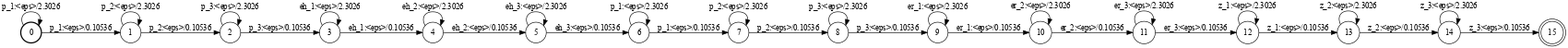
Above: tmp.png in jooeun9199/INFR11033 (Graphviz), before the change. Its source is kept beside it as tmp.dot.
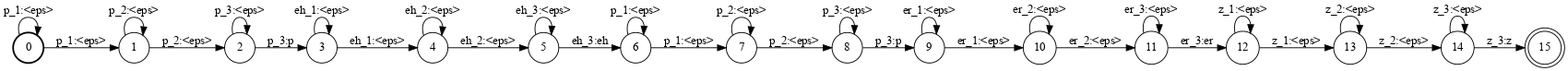
The same file after the commit.

What changed in the source:
```diff
@@ -6,49 +6,49 @@
 ranksep = "0.4";
 nodesep = "0.25";
 0 [label = "0", shape = circle, style = bold, fontsize = 14]
-	0 -> 0 [label = "p_1:<eps>/2.3026", fontsize = 14];
-	0 -> 1 [label = "p_1:<eps>/0.10536", fontsize = 14];
+	0 -> 0 [label = "p_1:<eps>", fontsize = 14];
+	0 -> 1 [label = "p_1:<eps>", fontsize = 14];
 1 [label = "1", shape = circle, style = solid, fontsize = 14]
-	1 -> 1 [label = "p_2:<eps>/2.3026", fontsize = 14];
-	1 -> 2 [label = "p_2:<eps>/0.10536", fontsize = 14];
+	1 -> 1 [label = "p_2:<eps>", fontsize = 14];
+	1 -> 2 [label = "p_2:<eps>", fontsize = 14];
 2 [label = "2", shape = circle, style = solid, fontsize = 14]
-	2 -> 2 [label = "p_3:<eps>/2.3026", fontsize = 14];
-	2 -> 3 [label = "p_3:<eps>/0.10536", fontsize = 14];
+	2 -> 2 [label = "p_3:<eps>", fontsize = 14];
+	2 -> 3 [label = "p_3:p", fontsize = 14];
 3 [label = "3", shape = circle, style = solid, fontsize = 14]
-	3 -> 3 [label = "eh_1:<eps>/2.3026", fontsize = 14];
-	3 -> 4 [label = "eh_1:<eps>/0.10536", fontsize = 14];
+	3 -> 3 [label = "eh_1:<eps>", fontsize = 14];
+	3 -> 4 [label = "eh_1:<eps>", fontsize = 14];
 4 [label = "4", shape = circle, style = solid, fontsize = 14]
-	4 -> 4 [label = "eh_2:<eps>/2.3026", fontsize = 14];
-	4 -> 5 [label = "eh_2:<eps>/0.10536", fontsize = 14];
+	4 -> 4 [label = "eh_2:<eps>", fontsize = 14];
+	4 -> 5 [label = "eh_2:<eps>", fontsize = 14];
 5 [label = "5", shape = circle, style = solid, fontsize = 14]
-	5 -> 5 [label = "eh_3:<eps>/2.3026", fontsize = 14];
-	5 -> 6 [label = "eh_3:<eps>/0.10536", fontsize = 14];
+	5 -> 5 [label = "eh_3:<eps>", fontsize = 14];
+	5 -> 6 [label = "eh_3:eh", fontsize = 14];
 6 [label = "6", shape = circle, style = solid, fontsize = 14]
-	6 -> 6 [label = "p_1:<eps>/2.3026", fontsize = 14];
-	6 -> 7 [label = "p_1:<eps>/0.10536", fontsize = 14];
+	6 -> 6 [label = "p_1:<eps>", fontsize = 14];
+	6 -> 7 [label = "p_1:<eps>", fontsize = 14];
 7 [label = "7", shape = circle, style = solid, fontsize = 14]
-	7 -> 7 [label = "p_2:<eps>/2.3026", fontsize = 14];
-	7 -> 8 [label = "p_2:<eps>/0.10536", fontsize = 14];
+	7 -> 7 [label = "p_2:<eps>", fontsize = 14];
+	7 -> 8 [label = "p_2:<eps>", fontsize = 14];
 8 [label = "8", shape = circle, style = solid, fontsize = 14]
-	8 -> 8 [label = "p_3:<eps>/2.3026", fontsize = 14];
-	8 -> 9 [label = "p_3:<eps>/0.10536", fontsize = 14];
+	8 -> 8 [label = "p_3:<eps>", fontsize = 14];
+	8 -> 9 [label = "p_3:p", fontsize = 14];
 9 [label = "9", shape = circle, style = solid, fontsize = 14]
-	9 -> 9 [label = "er_1:<eps>/2.3026", fontsize = 14];
-	9 -> 10 [label = "er_1:<eps>/0.10536", fontsize = 14];
+	9 -> 9 [label = "er_1:<eps>", fontsize = 14];
+	9 -> 10 [label = "er_1:<eps>", fontsize = 14];
 10 [label = "10", shape = circle, style = solid, fontsize = 14]
-	10 -> 10 [label = "er_2:<eps>/2.3026", fontsize = 14];
-	10 -> 11 [label = "er_2:<eps>/0.10536", fontsize = 14];
+	10 -> 10 [label = "er_2:<eps>", fontsize = 14];
+	10 -> 11 [label = "er_2:<eps>", fontsize = 14];
 11 [label = "11", shape = circle, style = solid, fontsize = 14]
-	11 -> 11 [label = "er_3:<eps>/2.3026", fontsize = 14];
-	11 -> 12 [label = "er_3:<eps>/0.10536", fontsize = 14];
+	11 -> 11 [label = "er_3:<eps>", fontsize = 14];
+	11 -> 12 [label = "er_3:er", fontsize = 14];
 12 [label = "12", shape = circle, style = solid, fontsize = 14]
-	12 -> 12 [label = "z_1:<eps>/2.3026", fontsize = 14];
-	12 -> 13 [label = "z_1:<eps>/0.10536", fontsize = 14];
+	12 -> 12 [label = "z_1:<eps>", fontsize = 14];
+	12 -> 13 [label = "z_1:<eps>", fontsize = 14];
 13 [label = "13", shape = circle, style = solid, fontsize = 14]
-	13 -> 13 [label = "z_2:<eps>/2.3026", fontsize = 14];
-	13 -> 14 [label = "z_2:<eps>/0.10536", fontsize = 14];
+	13 -> 13 [label = "z_2:<eps>", fontsize = 14];
+	13 -> 14 [label = "z_2:<eps>", fontsize = 14];
 14 [label = "14", shape = circle, style = solid, fontsize = 14]
-	14 -> 14 [label = "z_3:<eps>/2.3026", fontsize = 14];
-	14 -> 15 [label = "z_3:<eps>/0.10536", fontsize = 14];
+	14 -> 14 [label = "z_3:<eps>", fontsize = 14];
+	14 -> 15 [label = "z_3:z", fontsize = 14];
 15 [label = "15", shape = doublecircle, style = solid, fontsize = 14]
 }
```
